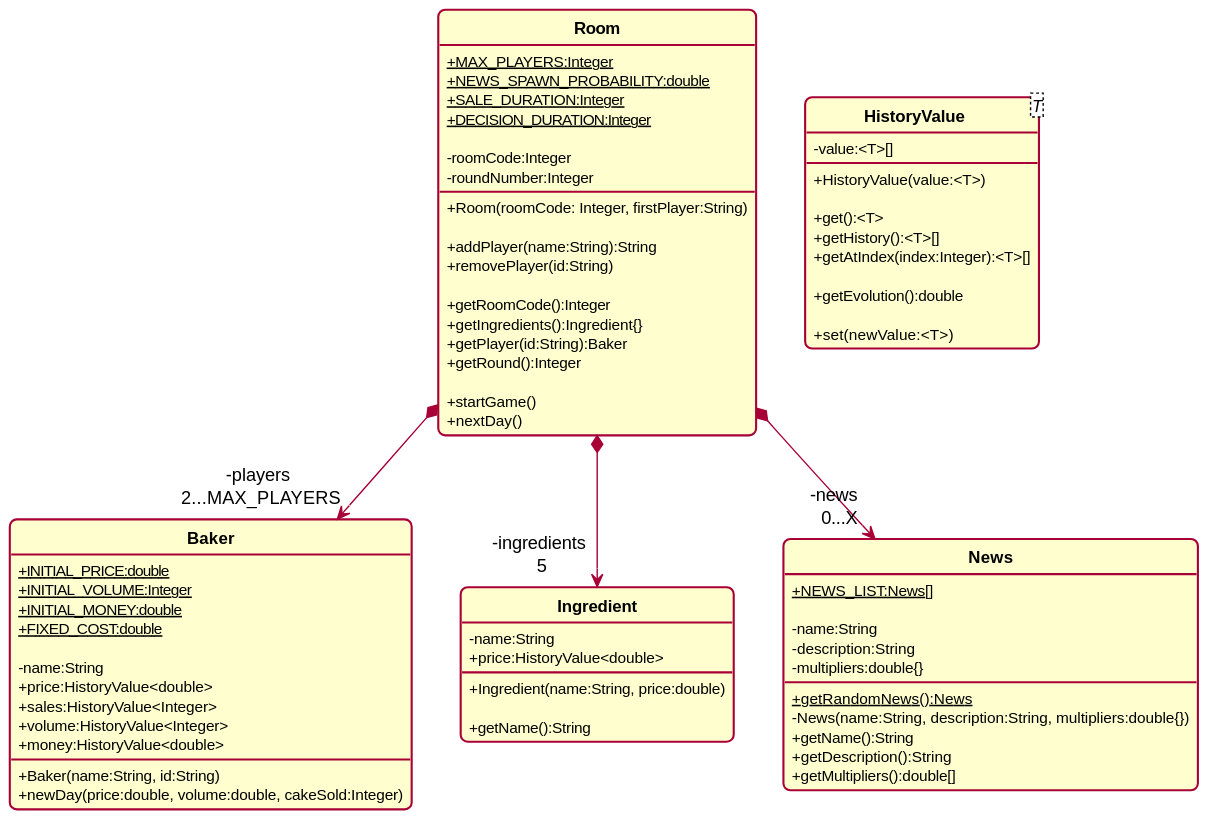
The PlantUML diagram diagrammeDeClasse.svg in Les-Scrums-Masters/CakeIt, before a commit.
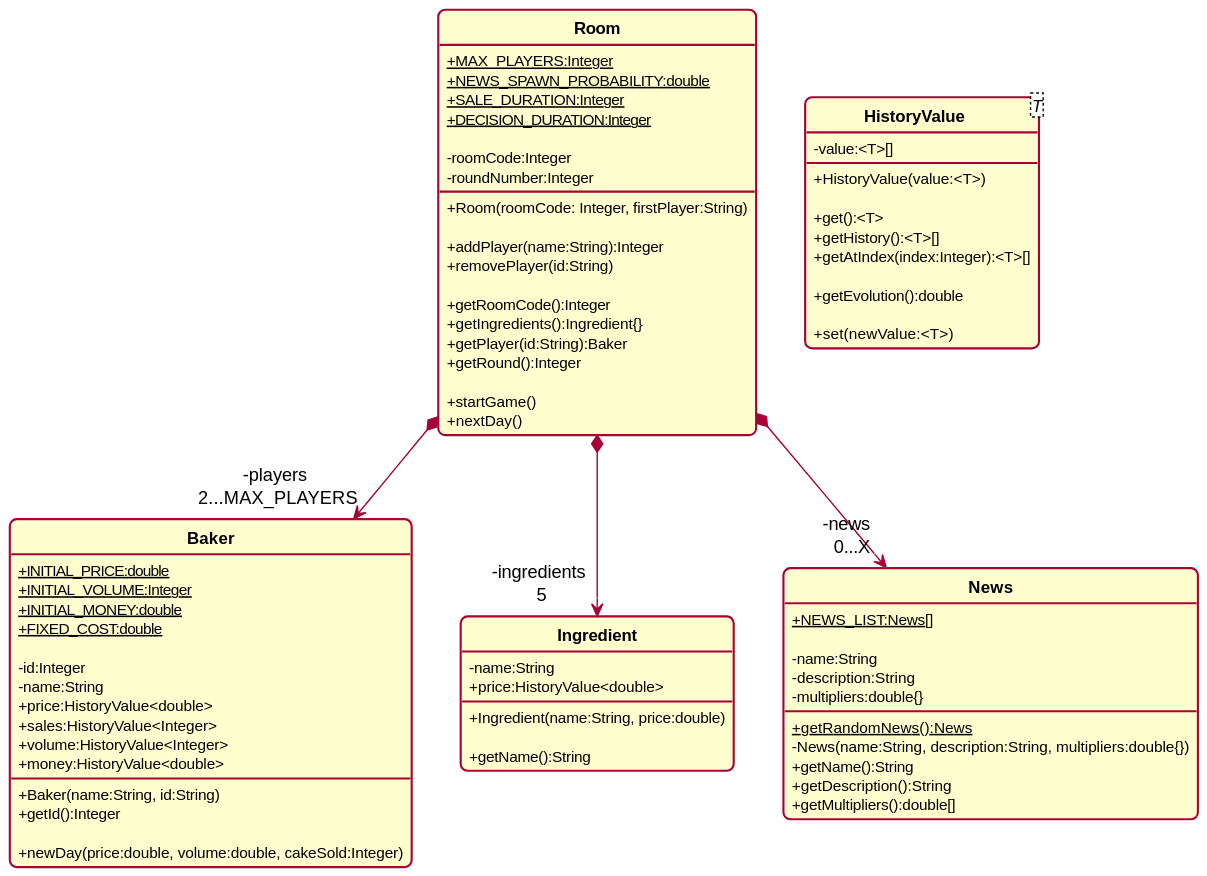
Above is the later version.

Commit message:
[UML] Added ID to Baker

The edit, as a diff of the source:
```diff
@@ -17,7 +17,7 @@
     - roundNumber:Integer
     + Room(roomCode: Integer, firstPlayer:String)
 
-    + addPlayer(name:String):String
+    + addPlayer(name:String):Integer
     + removePlayer(id:String)
 
     + getRoomCode():Integer
@@ -41,6 +41,7 @@
     + {static}INITIAL_MONEY:double
     + {static}FIXED_COST:double
 
+    - id:Integer
     - name:String
     + price:HistoryValue<double>
     + sales:HistoryValue<Integer>
@@ -48,6 +49,7 @@
     + money:HistoryValue<double>
 
     + Baker(name:String, id:String)
+    + getId():Integer
 
     + newDay(price:double, volume:double, cakeSold:Integer)
 
```
